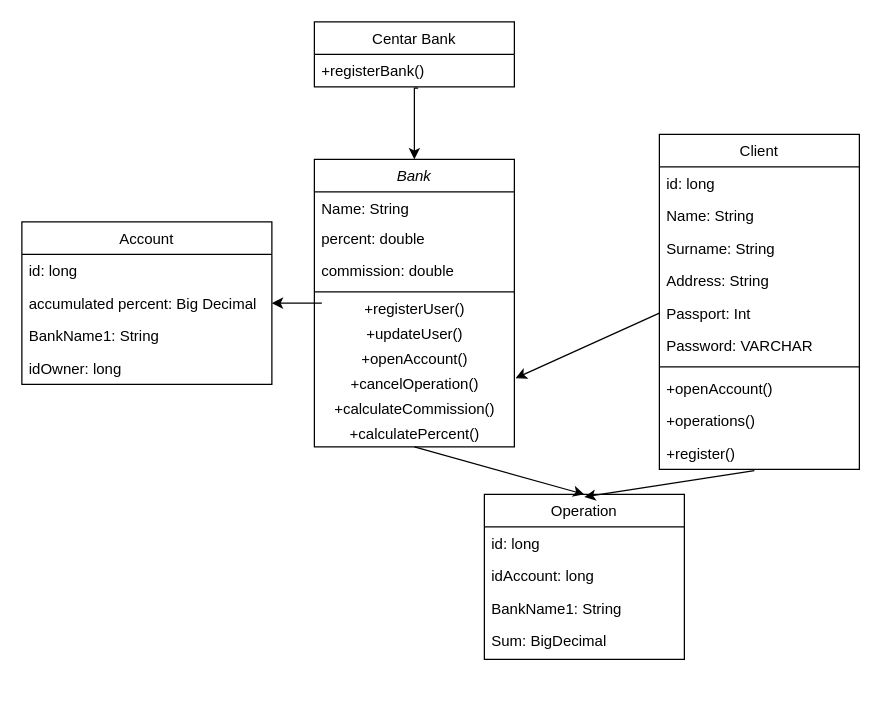
This is page "Page-1" (1 of 2) of ОППО UML.drawio from drytiman/OPPO-MIPT, a draw.io file, before an edit. Source tidied: cells renumbered, new cells numbered last; positions are measured from the earlier drawing's top-left corner, leaving out a move shared by most shapes. Both pictures are drawn from the tidied source at 125%, with x=0, y=0 at pixel (21, 21).
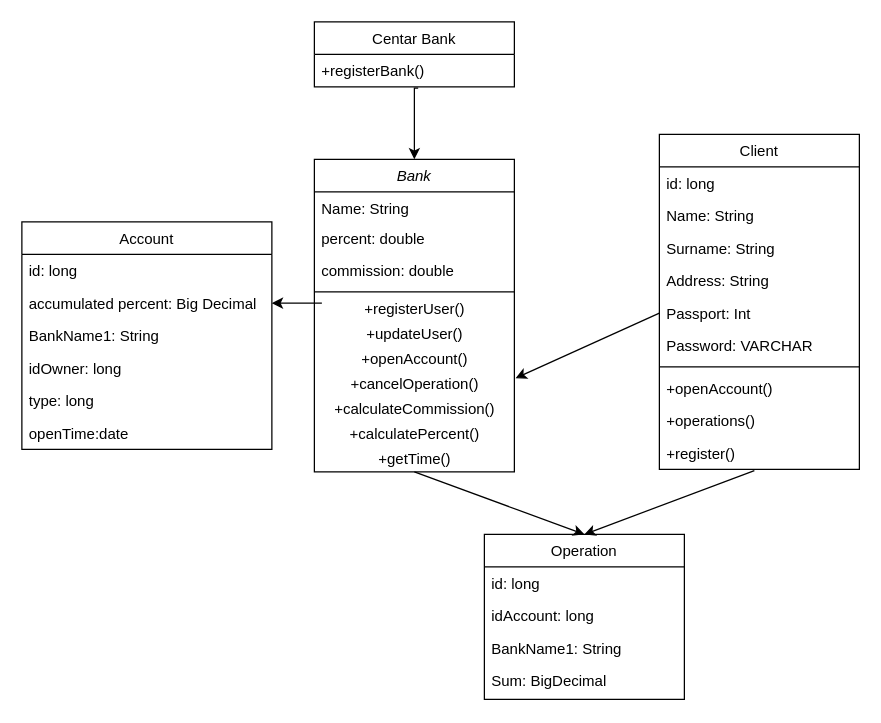
After the change.

The change refers to these unchanged cells:
```xml
<mxCell id="28" value="+register()" style="text;align=left;verticalAlign=top;spacingLeft=4;spacingRight=4;overflow=hidden;points=[[0,0.5],[1,0.5]];portConstraint=eastwest;" parent="18" vertex="1">
  <mxGeometry y="242" width="160" height="26" as="geometry" />
</mxCell>
```

Diff of the diagram source:
```diff
@@
     <mxCell id="2" value="Bank" style="swimlane;fontStyle=2;align=center;verticalAlign=top;horizontal=1;startSize=26;rounded=0;shadow=0;strokeWidth=1;" parent="1" vertex="1">
-      <mxGeometry x="234" y="110" width="160" height="230" as="geometry" />
+      <mxGeometry x="234" y="110" width="160" height="250" as="geometry" />
     </mxCell>
@@
+    <mxCell id="41" value="+getTime()" style="text;html=1;align=center;verticalAlign=middle;strokeColor=none;fillColor=none;" parent="2" vertex="1">
+      <mxGeometry y="230" width="160" height="20" as="geometry" />
+    </mxCell>
     <mxCell id="13" value="Operation" style="swimlane;fontStyle=0;align=center;verticalAlign=top;horizontal=1;startSize=26;rounded=0;shadow=0;strokeWidth=1;" parent="1" vertex="1">
-      <mxGeometry x="370" y="378" width="160" height="132" as="geometry" />
+      <mxGeometry x="370" y="410" width="160" height="132" as="geometry" />
     </mxCell>
@@
     <mxCell id="32" value="Account" style="swimlane;fontStyle=0;align=center;verticalAlign=top;horizontal=1;startSize=26;rounded=0;shadow=0;strokeWidth=1;" parent="1" vertex="1">
-      <mxGeometry y="160" width="200" height="130" as="geometry" />
+      <mxGeometry y="160" width="200" height="182" as="geometry" />
     </mxCell>
@@
+    <mxCell id="42" value="type: long" style="text;align=left;verticalAlign=top;spacingLeft=4;spacingRight=4;overflow=hidden;rounded=0;shadow=0;html=0;" parent="32" vertex="1">
+      <mxGeometry y="130" width="200" height="26" as="geometry" />
+    </mxCell>
+    <mxCell id="43" value="openTime:date" style="text;align=left;verticalAlign=top;spacingLeft=4;spacingRight=4;overflow=hidden;rounded=0;shadow=0;html=0;" parent="32" vertex="1">
+      <mxGeometry y="156" width="200" height="26" as="geometry" />
+    </mxCell>
@@
-    <mxCell id="40" style="endArrow=classic;html=1;rounded=0;exitX=0.475;exitY=1.038;exitDx=0;exitDy=0;exitPerimeter=0;" parent="1" edge="1" source="28">
-      <mxGeometry relative="1" as="geometry">
-        <mxPoint x="450" y="380" as="targetPoint" />
-      </mxGeometry>
+    <mxCell id="40" style="endArrow=classic;html=1;rounded=0;exitX=0.475;exitY=1.038;exitDx=0;exitDy=0;exitPerimeter=0;entryX=0.5;entryY=0;entryDx=0;entryDy=0;" parent="1" edge="1" source="28" target="13">
+      <mxGeometry relative="1" as="geometry" />
     </mxCell>
```
